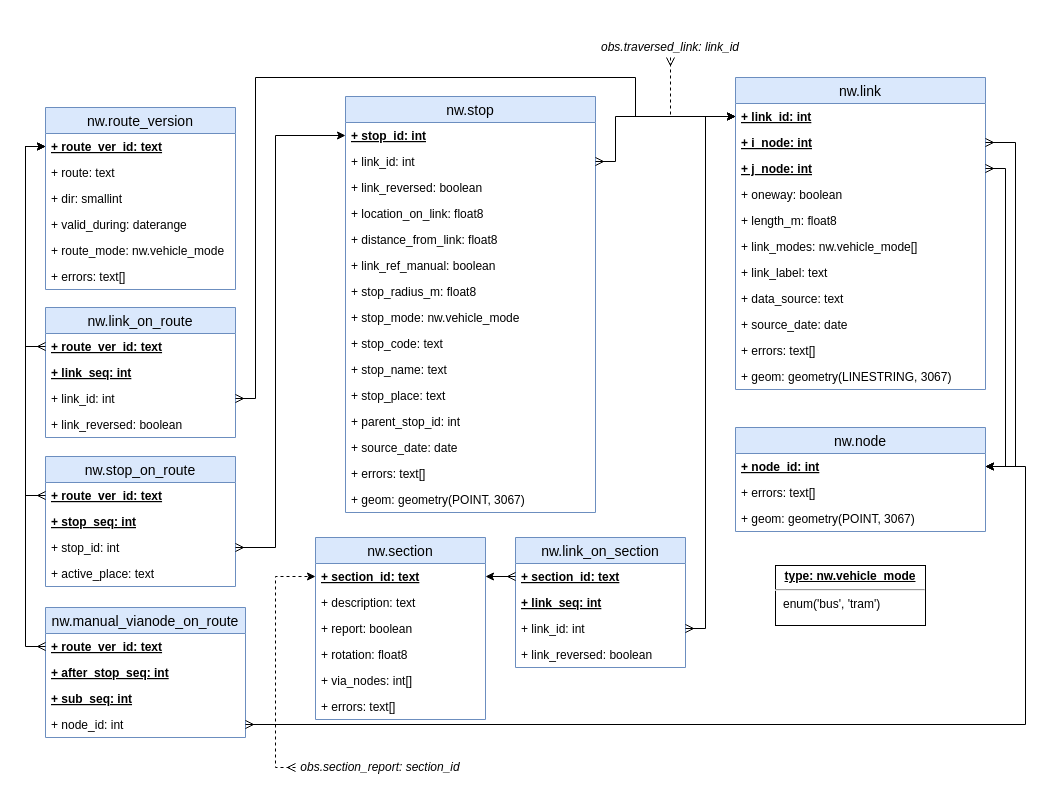
Before: page "nw" (1 of 6) of docs/sujuikoDB.drawio in datarttu/sujuikoDB, a draw.io diagram. Source tidied: cells renumbered, new cells numbered last; positions are measured from the earlier drawing's top-left corner, leaving out a move shared by most shapes. Both pictures are drawn from the tidied source at 100%, with x=0, y=0 at pixel (45, 37).
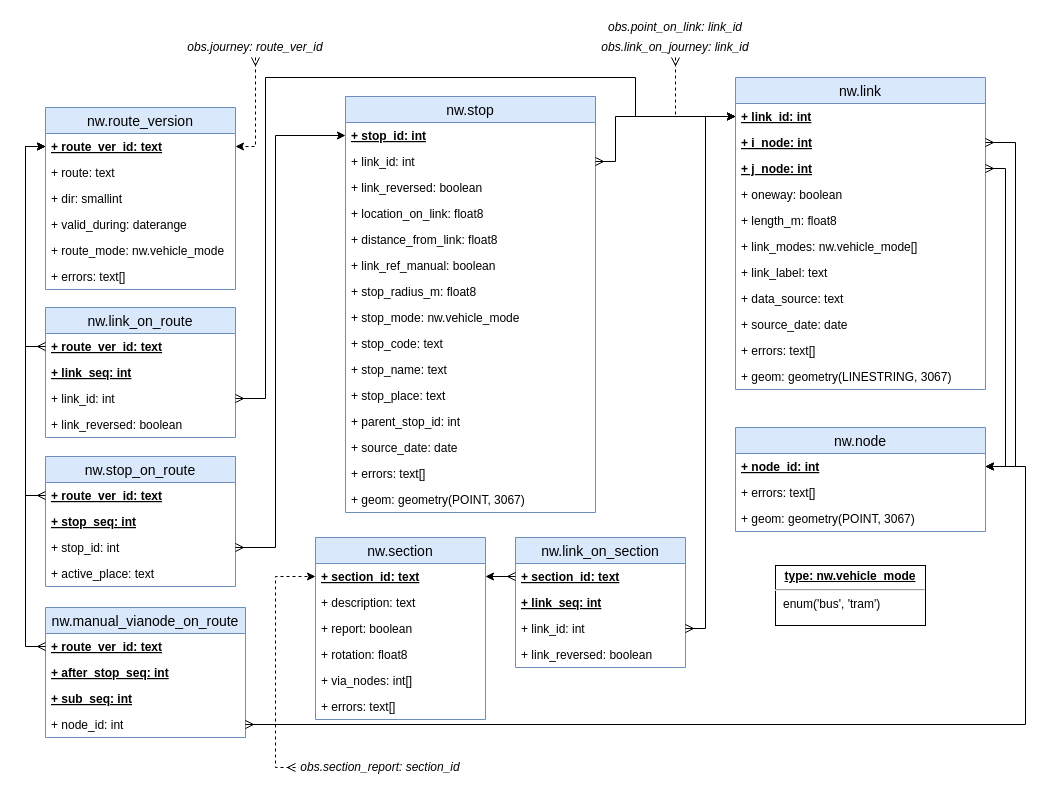
The same page after the edit.

The change refers to these unchanged cells:
```xml
<mxCell id="3" value="+ link_id: int" style="text;strokeColor=none;fillColor=none;spacingLeft=4;spacingRight=4;overflow=hidden;points=[[0,0.5],[1,0.5]];portConstraint=eastwest;fontSize=12;fontStyle=5;" parent="2" vertex="1">
  <mxGeometry y="26" width="250" height="26" as="geometry" />
</mxCell>
<mxCell id="38" value="+ route_ver_id: text" style="text;strokeColor=none;fillColor=none;spacingLeft=4;spacingRight=4;overflow=hidden;points=[[0,0.5],[1,0.5]];portConstraint=eastwest;fontSize=12;fontStyle=5;" parent="37" vertex="1">
  <mxGeometry y="26" width="190" height="26" as="geometry" />
</mxCell>
<mxCell id="47" value="+ link_id: int" style="text;strokeColor=none;fillColor=none;spacingLeft=4;spacingRight=4;overflow=hidden;points=[[0,0.5],[1,0.5]];portConstraint=eastwest;fontSize=12;fontStyle=0;" parent="44" vertex="1">
  <mxGeometry y="78" width="190" height="26" as="geometry" />
</mxCell>
```

Change to the diagram source:
```diff
@@
     <mxCell id="72" style="edgeStyle=orthogonalEdgeStyle;rounded=0;jettySize=auto;html=1;exitX=1;exitY=0.5;exitDx=0;exitDy=0;startArrow=ERmany;startFill=0;" parent="1" edge="1" source="47" target="3">
       <mxGeometry relative="1" as="geometry">
         <Array as="points">
-          <mxPoint x="210" y="361" />
-          <mxPoint x="210" y="40" />
+          <mxPoint x="220" y="361" />
+          <mxPoint x="220" y="40" />
           <mxPoint x="590" y="40" />
           <mxPoint x="590" y="79" />
         </Array>
       </mxGeometry>
     </mxCell>
@@
-    <mxCell id="74" value="obs.traversed_link: link_id" style="text;html=1;strokeColor=none;fillColor=none;align=center;verticalAlign=middle;whiteSpace=wrap;rounded=0;fontStyle=2;" parent="1" vertex="1">
-      <mxGeometry x="550" width="150" height="20" as="geometry" />
+    <mxCell id="74" value="obs.link_on_journey: link_id" style="text;html=1;strokeColor=none;fillColor=none;align=center;verticalAlign=middle;whiteSpace=wrap;rounded=0;fontStyle=2;" parent="1" vertex="1">
+      <mxGeometry x="550" width="160" height="20" as="geometry" />
     </mxCell>
@@
+    <mxCell id="84" style="edgeStyle=orthogonalEdgeStyle;rounded=0;jettySize=auto;html=1;exitX=0.5;exitY=1;exitDx=0;exitDy=0;dashed=1;startArrow=ERmany;startFill=0;entryX=1;entryY=0.5;entryDx=0;entryDy=0;" parent="1" edge="1" source="85" target="38">
+      <mxGeometry relative="1" as="geometry">
+        <Array as="points">
+          <mxPoint x="210" y="109" />
+        </Array>
+      </mxGeometry>
+    </mxCell>
+    <mxCell id="85" value="obs.journey: route_ver_id" style="text;html=1;strokeColor=none;fillColor=none;align=center;verticalAlign=middle;whiteSpace=wrap;rounded=0;fontStyle=2;" parent="1" vertex="1">
+      <mxGeometry x="130" width="160" height="20" as="geometry" />
+    </mxCell>
+    <mxCell id="86" value="obs.point_on_link: link_id" style="text;html=1;strokeColor=none;fillColor=none;align=center;verticalAlign=middle;whiteSpace=wrap;rounded=0;fontStyle=2;" parent="1" vertex="1">
+      <mxGeometry x="550" y="-20" width="160" height="20" as="geometry" />
+    </mxCell>
```
